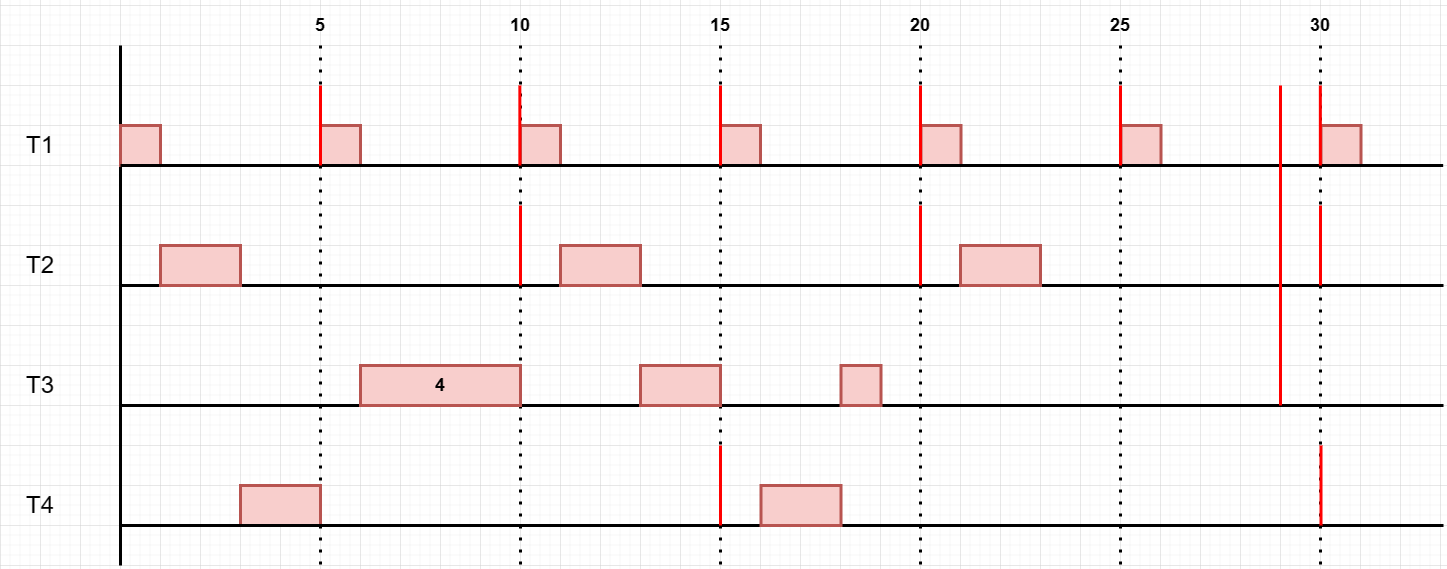
Earlier version of the draw.io export TPs_scheduling/diagrammes-td1_ex1_d.drawio.png (FlorianLatapie/PNS-SI4-S8_Capteurs_actionneurs_-_IA). Source tidied: cells renumbered, new cells last; positions are measured from the earlier drawing's top-left corner, leaving out a move shared by most shapes. The source it was exported from:
```xml
<mxGraphModel>
  <root>
    <mxCell id="0" />
    <mxCell id="1" parent="0" />
    <mxCell id="2" style="endArrow=none;dashed=1;html=1;dashPattern=1 3;strokeWidth=3;rounded=0;exitX=0.5;exitY=1;exitDx=0;exitDy=0;" parent="1" edge="1" source="10">
      <mxGeometry relative="1" as="geometry">
        <mxPoint x="320" y="560" as="targetPoint" />
      </mxGeometry>
    </mxCell>
    <mxCell id="3" value="&lt;h1&gt;&lt;span style=&quot;font-weight: normal;&quot;&gt;T1&lt;/span&gt;&lt;/h1&gt;" style="text;html=1;strokeColor=none;fillColor=none;align=center;verticalAlign=middle;whiteSpace=wrap;rounded=0;" parent="1" vertex="1">
      <mxGeometry y="120" width="80" height="40" as="geometry" />
    </mxCell>
    <mxCell id="4" value="&lt;h1&gt;&lt;span style=&quot;font-weight: normal;&quot;&gt;T2&lt;/span&gt;&lt;/h1&gt;" style="text;html=1;strokeColor=none;fillColor=none;align=center;verticalAlign=middle;whiteSpace=wrap;rounded=0;" parent="1" vertex="1">
      <mxGeometry y="240" width="80" height="40" as="geometry" />
    </mxCell>
    <mxCell id="5" value="&lt;h1&gt;&lt;span style=&quot;font-weight: normal;&quot;&gt;T3&lt;/span&gt;&lt;/h1&gt;" style="text;html=1;strokeColor=none;fillColor=none;align=center;verticalAlign=middle;whiteSpace=wrap;rounded=0;" parent="1" vertex="1">
      <mxGeometry y="360" width="80" height="40" as="geometry" />
    </mxCell>
    <mxCell id="6" style="endArrow=none;html=1;rounded=0;strokeWidth=3;" parent="1" edge="1">
      <mxGeometry relative="1" as="geometry">
        <mxPoint x="120" y="560" as="sourcePoint" />
        <mxPoint x="120" y="40" as="targetPoint" />
      </mxGeometry>
    </mxCell>
    <mxCell id="7" style="endArrow=none;dashed=1;html=1;dashPattern=1 3;strokeWidth=3;rounded=0;exitX=0.5;exitY=1;exitDx=0;exitDy=0;" parent="1" edge="1" source="11">
      <mxGeometry relative="1" as="geometry">
        <mxPoint x="520" y="560" as="targetPoint" />
      </mxGeometry>
    </mxCell>
    <mxCell id="8" style="endArrow=none;dashed=1;html=1;dashPattern=1 3;strokeWidth=3;rounded=0;exitX=0.5;exitY=1;exitDx=0;exitDy=0;" parent="1" edge="1" source="12">
      <mxGeometry relative="1" as="geometry">
        <mxPoint x="720" y="560" as="targetPoint" />
      </mxGeometry>
    </mxCell>
    <mxCell id="9" style="endArrow=none;dashed=1;html=1;dashPattern=1 3;strokeWidth=3;rounded=0;exitX=0.5;exitY=1;exitDx=0;exitDy=0;" parent="1" edge="1" source="13">
      <mxGeometry relative="1" as="geometry">
        <mxPoint x="920" y="560" as="targetPoint" />
      </mxGeometry>
    </mxCell>
    <mxCell id="10" value="&lt;h2&gt;5&lt;/h2&gt;" style="text;html=1;strokeColor=none;fillColor=none;align=center;verticalAlign=middle;whiteSpace=wrap;rounded=0;" parent="1" vertex="1">
      <mxGeometry x="280" width="80" height="40" as="geometry" />
    </mxCell>
    <mxCell id="11" value="&lt;h2&gt;10&lt;/h2&gt;" style="text;html=1;strokeColor=none;fillColor=none;align=center;verticalAlign=middle;whiteSpace=wrap;rounded=0;" parent="1" vertex="1">
      <mxGeometry x="480" width="80" height="40" as="geometry" />
    </mxCell>
    <mxCell id="12" value="&lt;h2&gt;15&lt;/h2&gt;" style="text;html=1;strokeColor=none;fillColor=none;align=center;verticalAlign=middle;whiteSpace=wrap;rounded=0;" parent="1" vertex="1">
      <mxGeometry x="680" width="80" height="40" as="geometry" />
    </mxCell>
    <mxCell id="13" value="&lt;h2&gt;20&lt;/h2&gt;" style="text;html=1;strokeColor=none;fillColor=none;align=center;verticalAlign=middle;whiteSpace=wrap;rounded=0;" parent="1" vertex="1">
      <mxGeometry x="880" width="80" height="40" as="geometry" />
    </mxCell>
    <mxCell id="14" style="endArrow=none;dashed=1;html=1;dashPattern=1 3;strokeWidth=3;rounded=0;exitX=0.5;exitY=1;exitDx=0;exitDy=0;" parent="1" edge="1" source="15">
      <mxGeometry relative="1" as="geometry">
        <mxPoint x="1120" y="560" as="targetPoint" />
      </mxGeometry>
    </mxCell>
    <mxCell id="15" value="&lt;h2&gt;25&lt;/h2&gt;" style="text;html=1;strokeColor=none;fillColor=none;align=center;verticalAlign=middle;whiteSpace=wrap;rounded=0;" parent="1" vertex="1">
      <mxGeometry x="1080" width="80" height="40" as="geometry" />
    </mxCell>
    <mxCell id="16" style="endArrow=none;dashed=1;html=1;dashPattern=1 3;strokeWidth=3;rounded=0;exitX=0.5;exitY=1;exitDx=0;exitDy=0;" parent="1" edge="1" source="17">
      <mxGeometry relative="1" as="geometry">
        <mxPoint x="1320" y="560" as="targetPoint" />
      </mxGeometry>
    </mxCell>
    <mxCell id="17" value="&lt;h2&gt;30&lt;/h2&gt;" style="text;html=1;strokeColor=none;fillColor=none;align=center;verticalAlign=middle;whiteSpace=wrap;rounded=0;" parent="1" vertex="1">
      <mxGeometry x="1280" width="80" height="40" as="geometry" />
    </mxCell>
    <mxCell id="18" style="rounded=0;whiteSpace=wrap;html=1;strokeWidth=3;fillColor=#f8cecc;strokeColor=#b85450;" parent="1" vertex="1">
      <mxGeometry x="120" y="120" width="40" height="40" as="geometry" />
    </mxCell>
    <mxCell id="19" style="rounded=0;whiteSpace=wrap;html=1;strokeWidth=3;fillColor=#f8cecc;strokeColor=#b85450;" parent="1" vertex="1">
      <mxGeometry x="320" y="120" width="40" height="40" as="geometry" />
    </mxCell>
    <mxCell id="20" style="rounded=0;whiteSpace=wrap;html=1;strokeWidth=3;fillColor=#f8cecc;strokeColor=#b85450;" parent="1" vertex="1">
      <mxGeometry x="720" y="120" width="40" height="40" as="geometry" />
    </mxCell>
    <mxCell id="21" style="rounded=0;whiteSpace=wrap;html=1;strokeWidth=3;fillColor=#f8cecc;strokeColor=#b85450;" parent="1" vertex="1">
      <mxGeometry x="520" y="120" width="40" height="40" as="geometry" />
    </mxCell>
    <mxCell id="22" style="rounded=0;whiteSpace=wrap;html=1;strokeWidth=3;fillColor=#f8cecc;strokeColor=#b85450;" parent="1" vertex="1">
      <mxGeometry x="1320.5" y="120" width="40" height="40" as="geometry" />
    </mxCell>
    <mxCell id="23" style="rounded=0;whiteSpace=wrap;html=1;strokeWidth=3;fillColor=#f8cecc;strokeColor=#b85450;" parent="1" vertex="1">
      <mxGeometry x="920.5" y="120" width="40" height="40" as="geometry" />
    </mxCell>
    <mxCell id="24" style="rounded=0;whiteSpace=wrap;html=1;strokeWidth=3;fillColor=#f8cecc;strokeColor=#b85450;" parent="1" vertex="1">
      <mxGeometry x="1120.5" y="120" width="40" height="40" as="geometry" />
    </mxCell>
    <mxCell id="25" style="endArrow=none;html=1;rounded=0;strokeWidth=3;" parent="1" edge="1">
      <mxGeometry relative="1" as="geometry">
        <mxPoint x="120" y="160" as="sourcePoint" />
        <mxPoint x="1442.7" y="160" as="targetPoint" />
      </mxGeometry>
    </mxCell>
    <mxCell id="26" style="endArrow=none;html=1;rounded=0;strokeWidth=3;" parent="1" edge="1">
      <mxGeometry relative="1" as="geometry">
        <mxPoint x="120" y="280" as="sourcePoint" />
        <mxPoint x="1443" y="280" as="targetPoint" />
      </mxGeometry>
    </mxCell>
    <mxCell id="27" style="endArrow=none;html=1;rounded=0;strokeWidth=3;" parent="1" edge="1">
      <mxGeometry relative="1" as="geometry">
        <mxPoint x="120" y="400" as="sourcePoint" />
        <mxPoint x="1443" y="400" as="targetPoint" />
      </mxGeometry>
    </mxCell>
    <mxCell id="28" style="rounded=0;whiteSpace=wrap;html=1;strokeWidth=3;fillColor=#f8cecc;strokeColor=#b85450;" parent="1" vertex="1">
      <mxGeometry x="960" y="240" width="80" height="40" as="geometry" />
    </mxCell>
    <mxCell id="29" style="rounded=0;whiteSpace=wrap;html=1;strokeWidth=3;fillColor=#f8cecc;strokeColor=#b85450;" parent="1" vertex="1">
      <mxGeometry x="160" y="240" width="80" height="40" as="geometry" />
    </mxCell>
    <mxCell id="30" style="rounded=0;whiteSpace=wrap;html=1;strokeWidth=3;fillColor=#f8cecc;strokeColor=#b85450;" parent="1" vertex="1">
      <mxGeometry x="560" y="240" width="80" height="40" as="geometry" />
    </mxCell>
    <mxCell id="31" style="endArrow=none;html=1;rounded=0;strokeWidth=3;fillColor=#f8cecc;strokeColor=#FF0000;" parent="1" edge="1">
      <mxGeometry relative="1" as="geometry">
        <mxPoint x="320" y="160" as="sourcePoint" />
        <mxPoint x="320" y="80" as="targetPoint" />
      </mxGeometry>
    </mxCell>
    <mxCell id="32" style="endArrow=none;html=1;rounded=0;strokeWidth=3;fillColor=#f8cecc;strokeColor=#FF0000;" parent="1" edge="1">
      <mxGeometry relative="1" as="geometry">
        <mxPoint x="519.4" y="160" as="sourcePoint" />
        <mxPoint x="519.4" y="80" as="targetPoint" />
      </mxGeometry>
    </mxCell>
    <mxCell id="33" style="endArrow=none;html=1;rounded=0;strokeWidth=3;fillColor=#f8cecc;strokeColor=#FF0000;" parent="1" edge="1">
      <mxGeometry relative="1" as="geometry">
        <mxPoint x="920" y="160" as="sourcePoint" />
        <mxPoint x="920" y="80" as="targetPoint" />
      </mxGeometry>
    </mxCell>
    <mxCell id="34" style="endArrow=none;html=1;rounded=0;strokeWidth=3;fillColor=#f8cecc;strokeColor=#FF0000;" parent="1" edge="1">
      <mxGeometry relative="1" as="geometry">
        <mxPoint x="720" y="160" as="sourcePoint" />
        <mxPoint x="720" y="80" as="targetPoint" />
      </mxGeometry>
    </mxCell>
    <mxCell id="35" style="endArrow=none;html=1;rounded=0;strokeWidth=3;fillColor=#f8cecc;strokeColor=#FF0000;" parent="1" edge="1">
      <mxGeometry relative="1" as="geometry">
        <mxPoint x="1319.8" y="160" as="sourcePoint" />
        <mxPoint x="1319.8" y="80" as="targetPoint" />
      </mxGeometry>
    </mxCell>
    <mxCell id="36" style="endArrow=none;html=1;rounded=0;strokeWidth=3;fillColor=#f8cecc;strokeColor=#FF0000;" parent="1" edge="1">
      <mxGeometry relative="1" as="geometry">
        <mxPoint x="1120" y="160" as="sourcePoint" />
        <mxPoint x="1120" y="80" as="targetPoint" />
      </mxGeometry>
    </mxCell>
    <mxCell id="37" style="endArrow=none;html=1;rounded=0;strokeWidth=3;fillColor=#f8cecc;strokeColor=#FF0000;" parent="1" edge="1">
      <mxGeometry relative="1" as="geometry">
        <mxPoint x="520" y="280" as="sourcePoint" />
        <mxPoint x="520" y="200" as="targetPoint" />
      </mxGeometry>
    </mxCell>
    <mxCell id="38" style="endArrow=none;html=1;rounded=0;strokeWidth=3;fillColor=#f8cecc;strokeColor=#FF0000;" parent="1" edge="1">
      <mxGeometry relative="1" as="geometry">
        <mxPoint x="920" y="280" as="sourcePoint" />
        <mxPoint x="920" y="200" as="targetPoint" />
      </mxGeometry>
    </mxCell>
    <mxCell id="39" style="endArrow=none;html=1;rounded=0;strokeWidth=3;fillColor=#f8cecc;strokeColor=#FF0000;" parent="1" edge="1">
      <mxGeometry relative="1" as="geometry">
        <mxPoint x="1320" y="280" as="sourcePoint" />
        <mxPoint x="1320" y="200" as="targetPoint" />
      </mxGeometry>
    </mxCell>
    <mxCell id="40" value="&lt;h2&gt;&lt;br&gt;&lt;/h2&gt;" style="rounded=0;whiteSpace=wrap;html=1;strokeWidth=3;fillColor=#f8cecc;strokeColor=#b85450;" parent="1" vertex="1">
      <mxGeometry x="240" y="480" width="80" height="40" as="geometry" />
    </mxCell>
    <mxCell id="41" value="&lt;h2&gt;4&lt;/h2&gt;" style="rounded=0;whiteSpace=wrap;html=1;strokeWidth=3;fillColor=#f8cecc;strokeColor=#b85450;" parent="1" vertex="1">
      <mxGeometry x="360" y="360" width="160" height="40" as="geometry" />
    </mxCell>
    <mxCell id="42" style="endArrow=none;html=1;rounded=0;strokeWidth=3;fillColor=#f8cecc;strokeColor=#FF0000;" parent="1" edge="1">
      <mxGeometry relative="1" as="geometry">
        <mxPoint x="1280" y="400" as="sourcePoint" />
        <mxPoint x="1280" y="80" as="targetPoint" />
      </mxGeometry>
    </mxCell>
    <mxCell id="43" value="&lt;h1&gt;&lt;span style=&quot;font-weight: normal;&quot;&gt;T4&lt;/span&gt;&lt;/h1&gt;" style="text;html=1;strokeColor=none;fillColor=none;align=center;verticalAlign=middle;whiteSpace=wrap;rounded=0;" parent="1" vertex="1">
      <mxGeometry y="480" width="80" height="40" as="geometry" />
    </mxCell>
    <mxCell id="44" style="endArrow=none;html=1;rounded=0;strokeWidth=3;" parent="1" edge="1">
      <mxGeometry relative="1" as="geometry">
        <mxPoint x="120" y="520" as="sourcePoint" />
        <mxPoint x="1443" y="520" as="targetPoint" />
      </mxGeometry>
    </mxCell>
    <mxCell id="45" style="endArrow=none;html=1;rounded=0;strokeWidth=3;fillColor=#f8cecc;strokeColor=#FF0000;" parent="1" edge="1">
      <mxGeometry relative="1" as="geometry">
        <mxPoint x="720" y="520" as="sourcePoint" />
        <mxPoint x="720" y="440" as="targetPoint" />
      </mxGeometry>
    </mxCell>
    <mxCell id="46" style="endArrow=none;html=1;rounded=0;strokeWidth=3;fillColor=#f8cecc;strokeColor=#FF0000;" parent="1" edge="1">
      <mxGeometry relative="1" as="geometry">
        <mxPoint x="1320.5" y="520" as="sourcePoint" />
        <mxPoint x="1320.5" y="440" as="targetPoint" />
      </mxGeometry>
    </mxCell>
    <mxCell id="47" style="rounded=0;whiteSpace=wrap;html=1;strokeWidth=3;fillColor=#f8cecc;strokeColor=#b85450;" parent="1" vertex="1">
      <mxGeometry x="640" y="360" width="80" height="40" as="geometry" />
    </mxCell>
    <mxCell id="48" style="rounded=0;whiteSpace=wrap;html=1;strokeWidth=3;fillColor=#f8cecc;strokeColor=#b85450;" parent="1" vertex="1">
      <mxGeometry x="840.5" y="360" width="40" height="40" as="geometry" />
    </mxCell>
    <mxCell id="49" style="rounded=0;whiteSpace=wrap;html=1;strokeWidth=3;fillColor=#f8cecc;strokeColor=#b85450;" parent="1" vertex="1">
      <mxGeometry x="760.5" y="480" width="80" height="40" as="geometry" />
    </mxCell>
  </root>
</mxGraphModel>
```
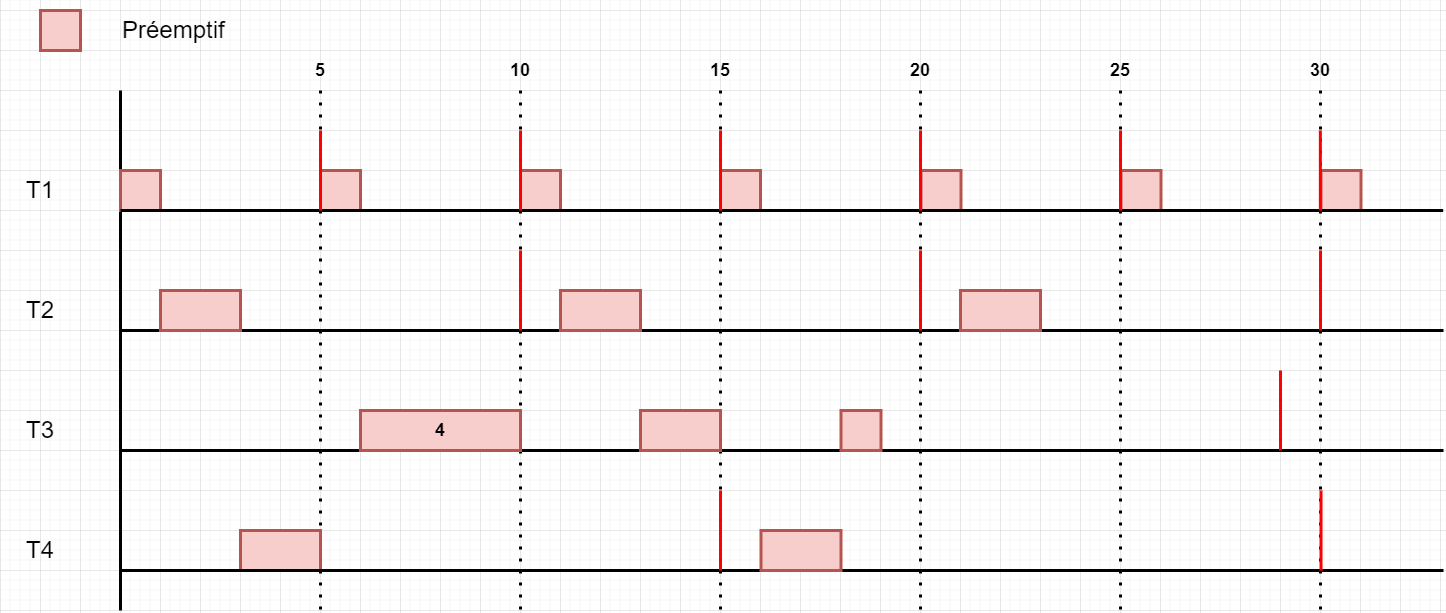
After the commit.

Diff of the diagram source:
```diff
@@ -121,8 +121,8 @@
     </mxCell>
     <mxCell id="32" style="endArrow=none;html=1;rounded=0;strokeWidth=3;fillColor=#f8cecc;strokeColor=#FF0000;" parent="1" edge="1">
       <mxGeometry relative="1" as="geometry">
-        <mxPoint x="519.4" y="160" as="sourcePoint" />
-        <mxPoint x="519.4" y="80" as="targetPoint" />
+        <mxPoint x="520" y="160" as="sourcePoint" />
+        <mxPoint x="520" y="80" as="targetPoint" />
       </mxGeometry>
     </mxCell>
     <mxCell id="33" style="endArrow=none;html=1;rounded=0;strokeWidth=3;fillColor=#f8cecc;strokeColor=#FF0000;" parent="1" edge="1">
@@ -176,7 +176,7 @@
     <mxCell id="42" style="endArrow=none;html=1;rounded=0;strokeWidth=3;fillColor=#f8cecc;strokeColor=#FF0000;" parent="1" edge="1">
       <mxGeometry relative="1" as="geometry">
         <mxPoint x="1280" y="400" as="sourcePoint" />
-        <mxPoint x="1280" y="80" as="targetPoint" />
+        <mxPoint x="1280" y="320" as="targetPoint" />
       </mxGeometry>
     </mxCell>
     <mxCell id="43" value="&lt;h1&gt;&lt;span style=&quot;font-weight: normal;&quot;&gt;T4&lt;/span&gt;&lt;/h1&gt;" style="text;html=1;strokeColor=none;fillColor=none;align=center;verticalAlign=middle;whiteSpace=wrap;rounded=0;" parent="1" vertex="1">
@@ -209,5 +209,11 @@
     <mxCell id="49" style="rounded=0;whiteSpace=wrap;html=1;strokeWidth=3;fillColor=#f8cecc;strokeColor=#b85450;" parent="1" vertex="1">
       <mxGeometry x="760.5" y="480" width="80" height="40" as="geometry" />
     </mxCell>
+    <mxCell id="50" style="rounded=0;whiteSpace=wrap;html=1;strokeWidth=3;fillColor=#f8cecc;strokeColor=#b85450;" parent="1" vertex="1">
+      <mxGeometry x="40" y="-40" width="40" height="40" as="geometry" />
+    </mxCell>
+    <mxCell id="51" value="&lt;h1&gt;&lt;span style=&quot;font-weight: normal;&quot;&gt;Préemptif&lt;/span&gt;&lt;/h1&gt;" style="text;html=1;strokeColor=none;fillColor=none;align=left;verticalAlign=middle;whiteSpace=wrap;rounded=0;" parent="1" vertex="1">
+      <mxGeometry x="120" y="-40" width="160" height="40" as="geometry" />
+    </mxCell>
   </root>
 </mxGraphModel>
```
